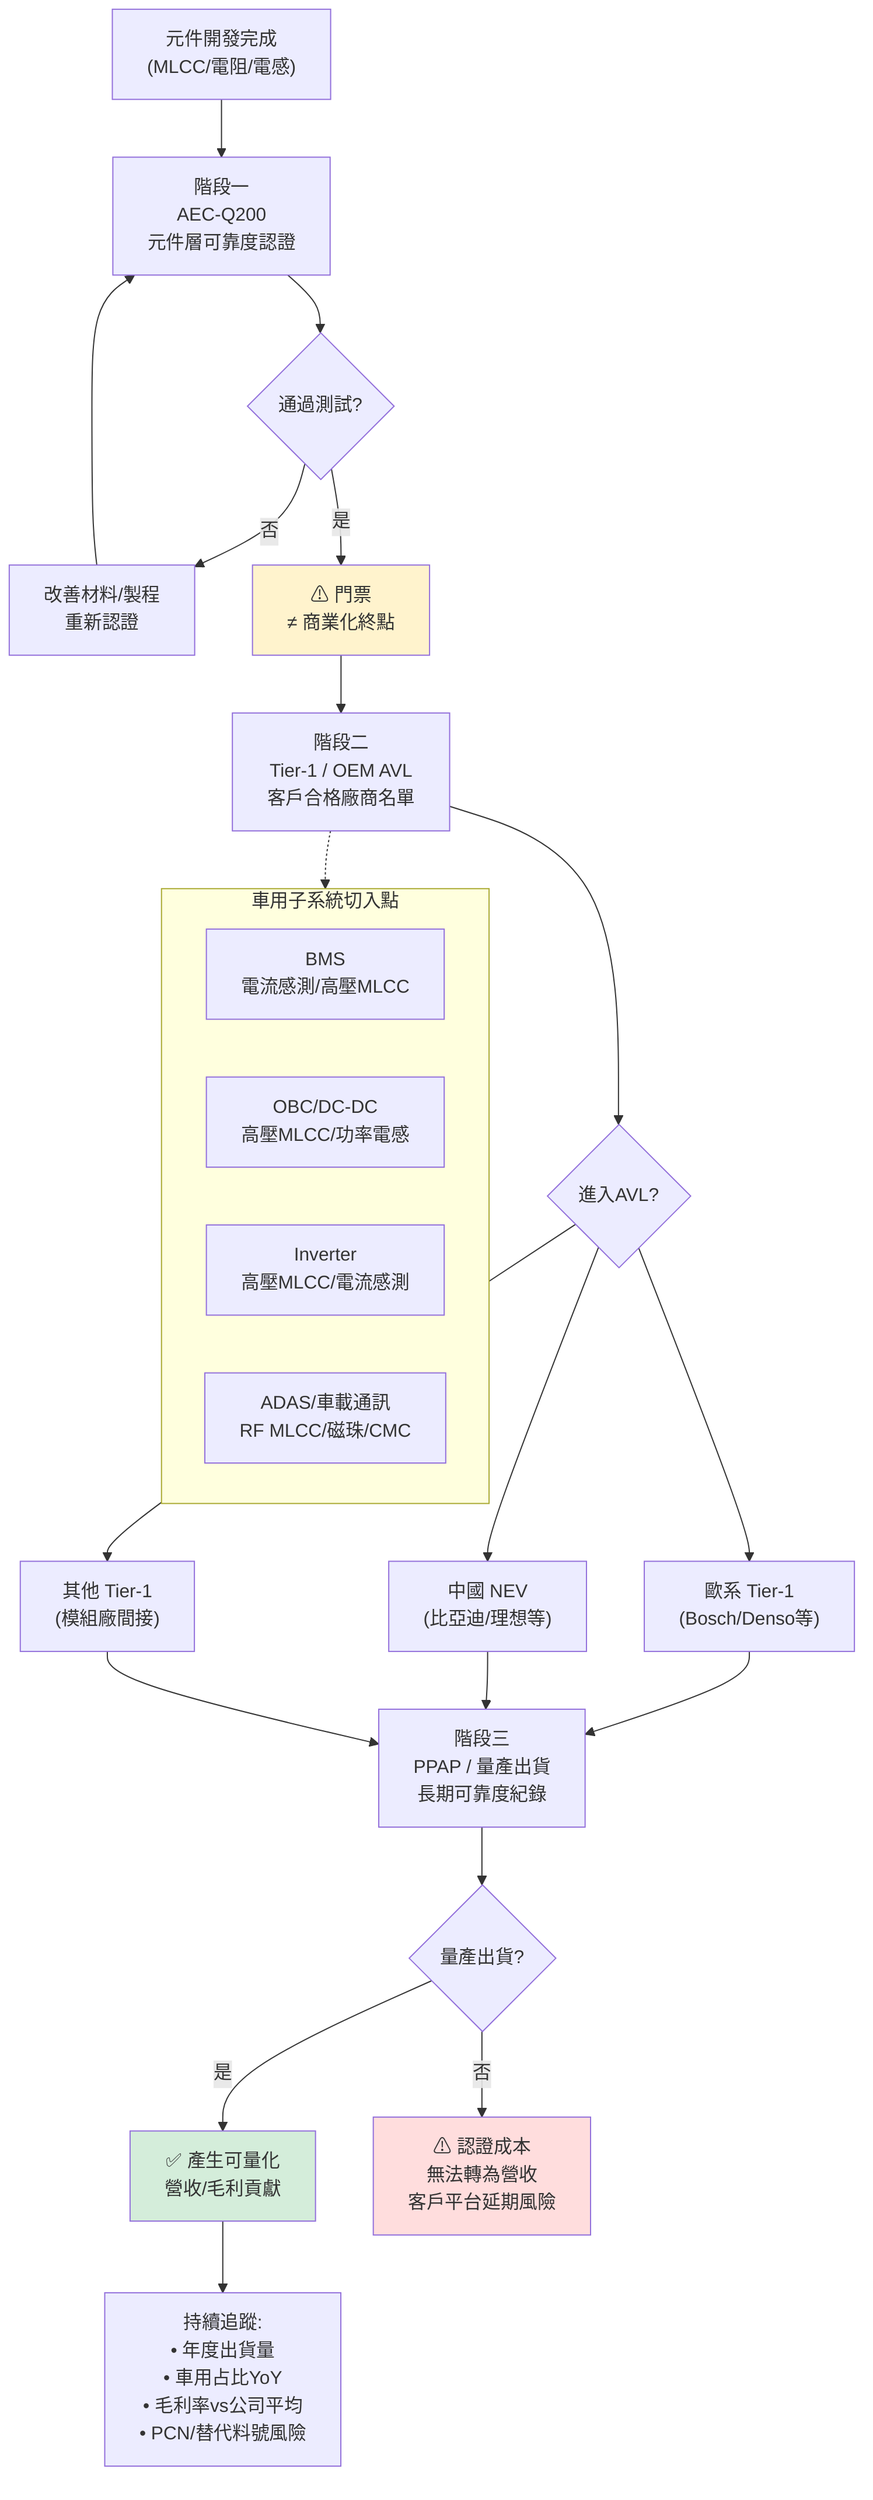
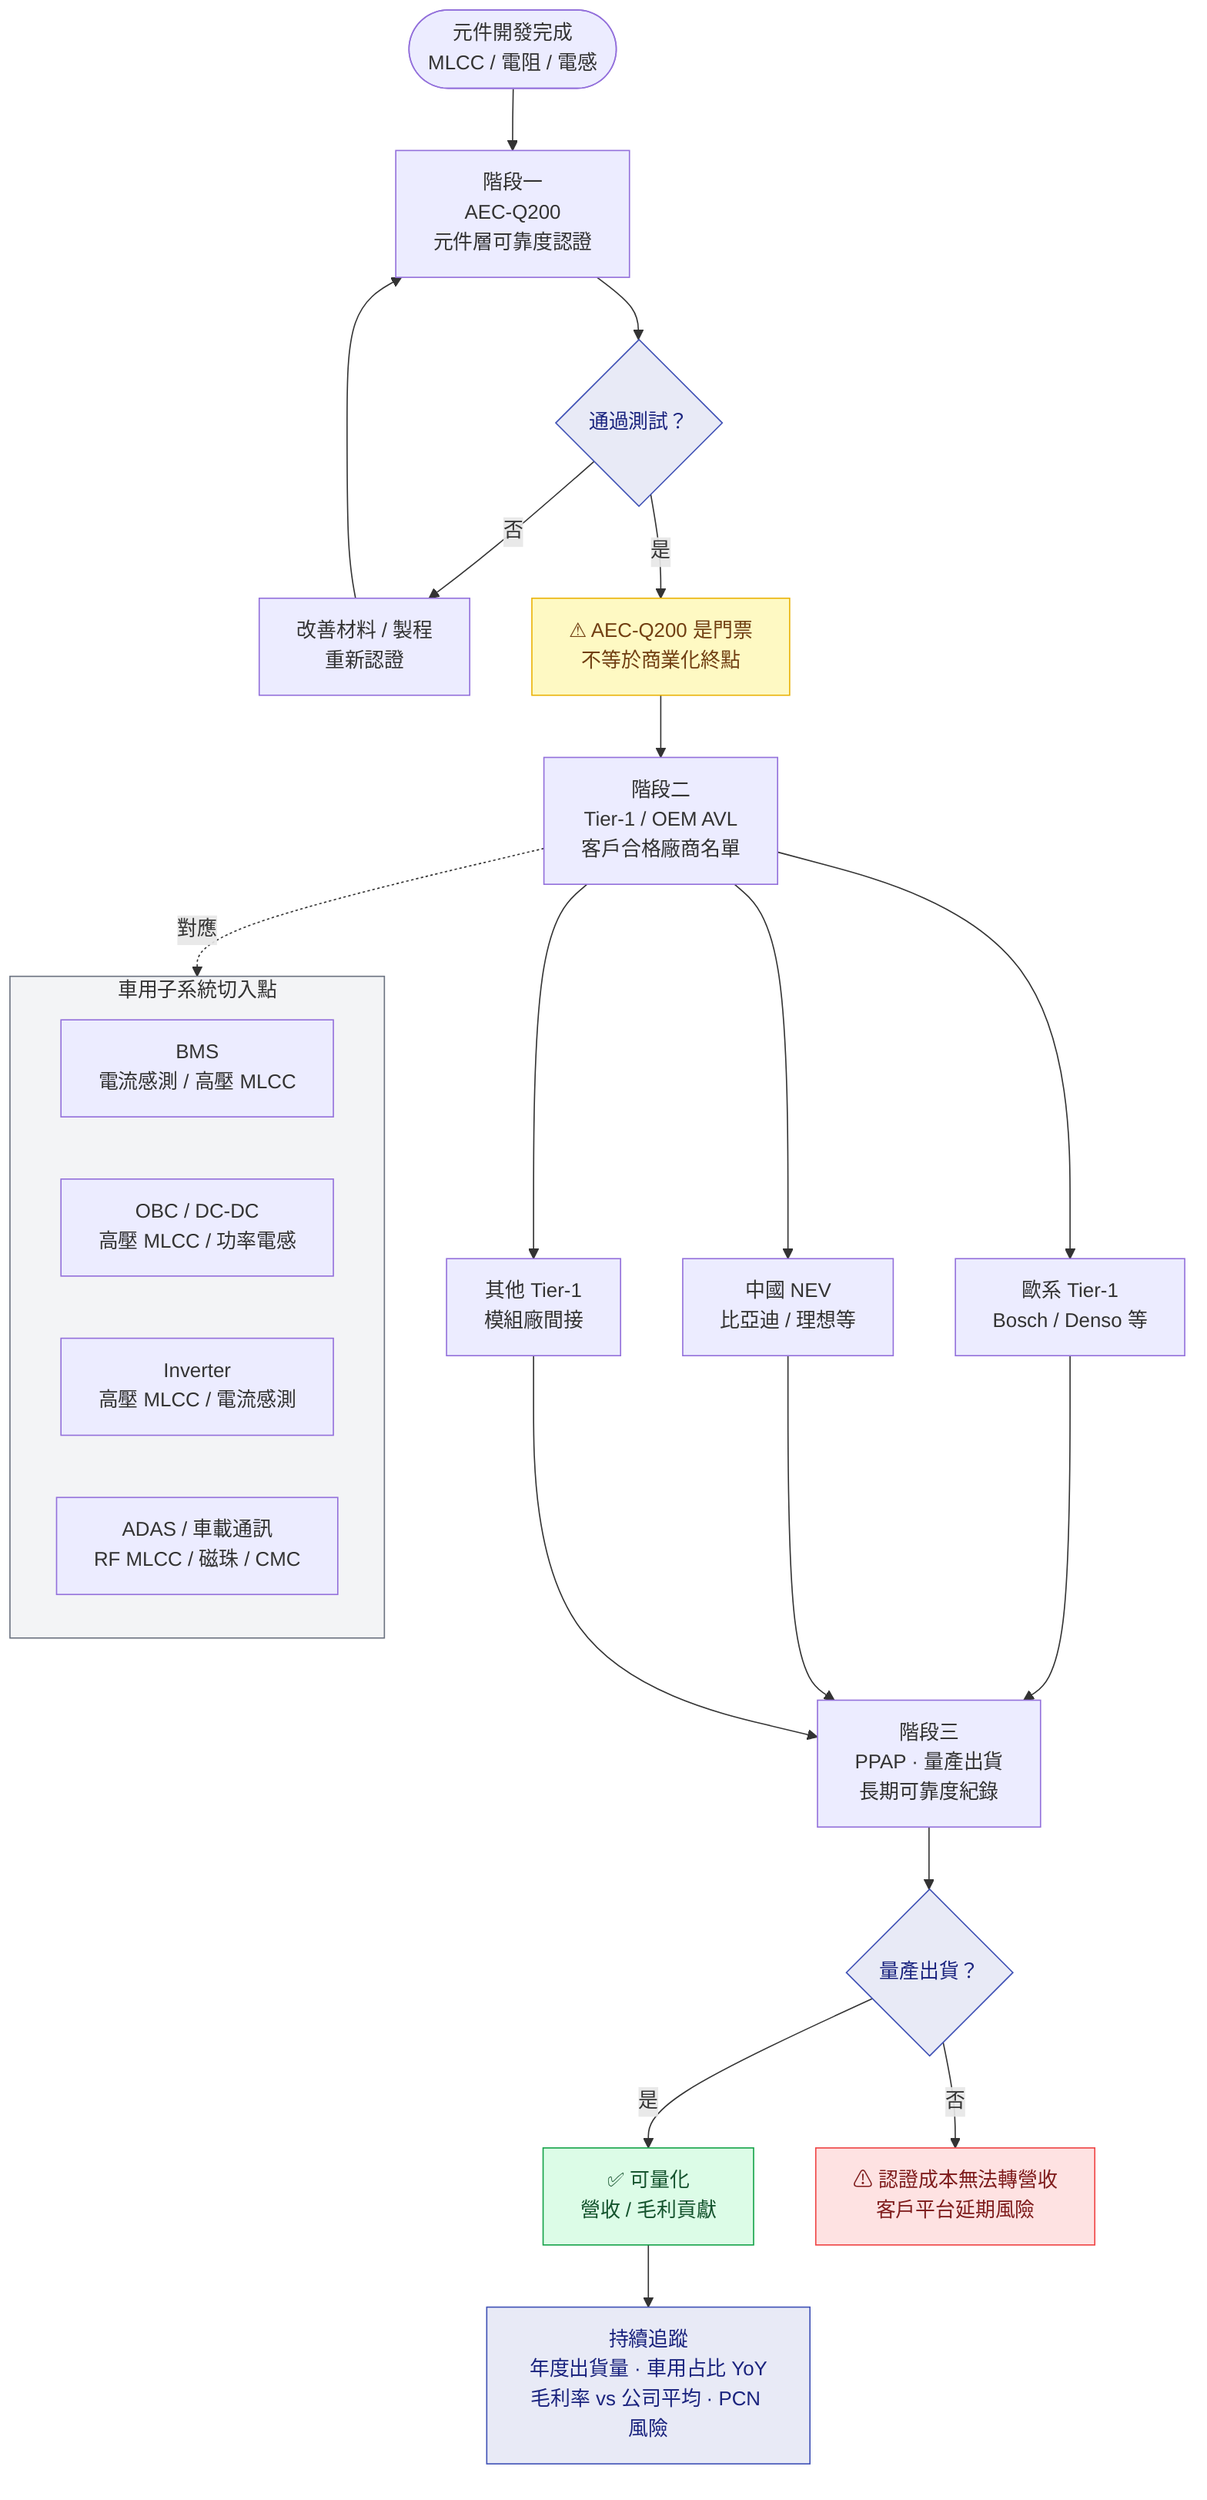
%%{init: {"theme": "default"}}%%
flowchart TD
-     START["元件開發完成\n(MLCC/電阻/電感)"]
+     START(["元件開發完成\nMLCC / 電阻 / 電感"])

    START --> S1["階段一\nAEC-Q200\n元件層可靠度認證"]
- 
-     S1 --> Q1{"通過測試?"}
-     Q1 -->|否| BACK1["改善材料/製程\n重新認證"]
+     S1 --> Q1{"通過測試？"}
+     Q1 -->|否| BACK1["改善材料 / 製程\n重新認證"]
    BACK1 --> S1
- 
-     Q1 -->|是| NOTE1["⚠ 門票\n≠ 商業化終點"]
+     Q1 -->|是| NOTE1["⚠ AEC-Q200 是門票\n不等於商業化終點"]

    NOTE1 --> S2["階段二\nTier-1 / OEM AVL\n客戶合格廠商名單"]
+     S2 --> C1["歐系 Tier-1\nBosch / Denso 等"]
+     S2 --> C2["中國 NEV\n比亞迪 / 理想等"]
+     S2 --> C3["其他 Tier-1\n模組廠間接"]

-     S2 --> Q2{"進入AVL?"}
-     Q2 --> C1["歐系 Tier-1\n(Bosch/Denso等)"]
-     Q2 --> C2["中國 NEV\n(比亞迪/理想等)"]
-     Q2 --> C3["其他 Tier-1\n(模組廠間接)"]
+     C1 & C2 & C3 --> S3["階段三\nPPAP · 量產出貨\n長期可靠度紀錄"]
+     S3 --> Q3{"量產出貨？"}
+     Q3 -->|是| VALUE["✅ 可量化\n營收 / 毛利貢獻"]
+     Q3 -->|否| RISK["⚠ 認證成本無法轉營收\n客戶平台延期風險"]

-     C1 --> S3["階段三\nPPAP / 量產出貨\n長期可靠度紀錄"]
-     C2 --> S3
-     C3 --> S3
- 
-     S3 --> Q3{"量產出貨?"}
-     Q3 -->|是| VALUE["✅ 產生可量化\n營收/毛利貢獻"]
-     Q3 -->|否| RISK["⚠ 認證成本\n無法轉為營收\n客戶平台延期風險"]
- 
-     VALUE --> TRACK["持續追蹤:\n• 年度出貨量\n• 車用占比YoY\n• 毛利率vs公司平均\n• PCN/替代料號風險"]
+     VALUE --> TRACK["持續追蹤\n年度出貨量 · 車用占比 YoY\n毛利率 vs 公司平均 · PCN 風險"]

    subgraph SUBSYS["車用子系統切入點"]
-         BMS["BMS\n電流感測/高壓MLCC"]
-         OBC["OBC/DC-DC\n高壓MLCC/功率電感"]
-         INV["Inverter\n高壓MLCC/電流感測"]
-         ADAS["ADAS/車載通訊\nRF MLCC/磁珠/CMC"]
+         BMS["BMS\n電流感測 / 高壓 MLCC"]
+         OBC["OBC / DC-DC\n高壓 MLCC / 功率電感"]
+         INV["Inverter\n高壓 MLCC / 電流感測"]
+         ADAS["ADAS / 車載通訊\nRF MLCC / 磁珠 / CMC"]
    end

-     S2 -.-> SUBSYS
+     S2 -.->|對應| SUBSYS

-     style NOTE1 fill:#fff3cd
-     style VALUE fill:#d4edda
-     style RISK fill:#ffdddd
+     style NOTE1 fill:#fef9c3,stroke:#eab308,color:#713f12
+     style VALUE fill:#dcfce7,stroke:#16a34a,color:#14532d
+     style RISK fill:#fee2e2,stroke:#ef4444,color:#7f1d1d
+     style TRACK fill:#e8eaf6,stroke:#3f51b5,color:#1a237e
+     style SUBSYS fill:#f3f4f6,stroke:#6b7280
+     style Q1 fill:#e8eaf6,stroke:#3f51b5,color:#1a237e
+     style Q3 fill:#e8eaf6,stroke:#3f51b5,color:#1a237e
